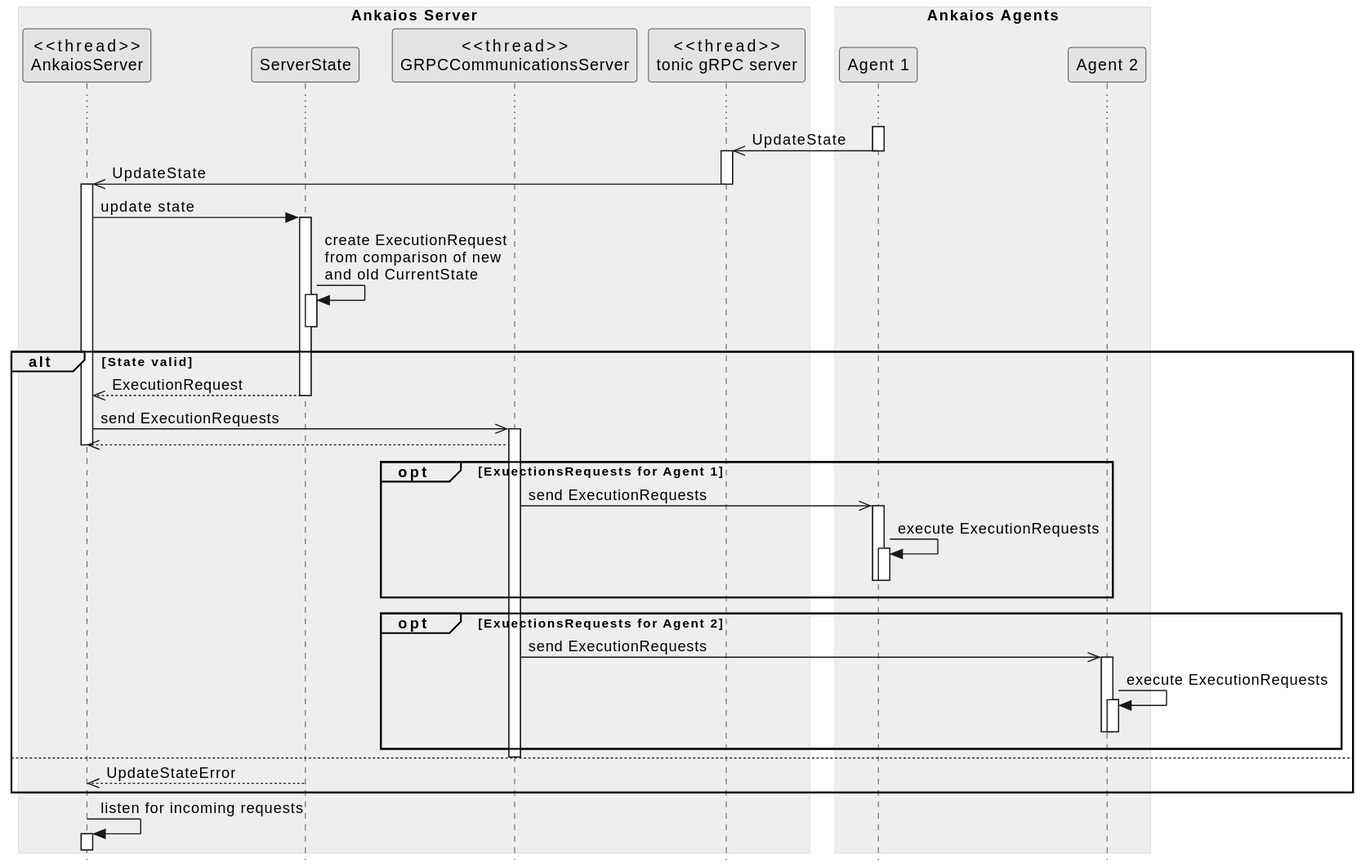
Earlier version of the PlantUML export server/doc/swdesign/plantuml/seq_update_state.svg (eclipse-ankaios/ankaios).
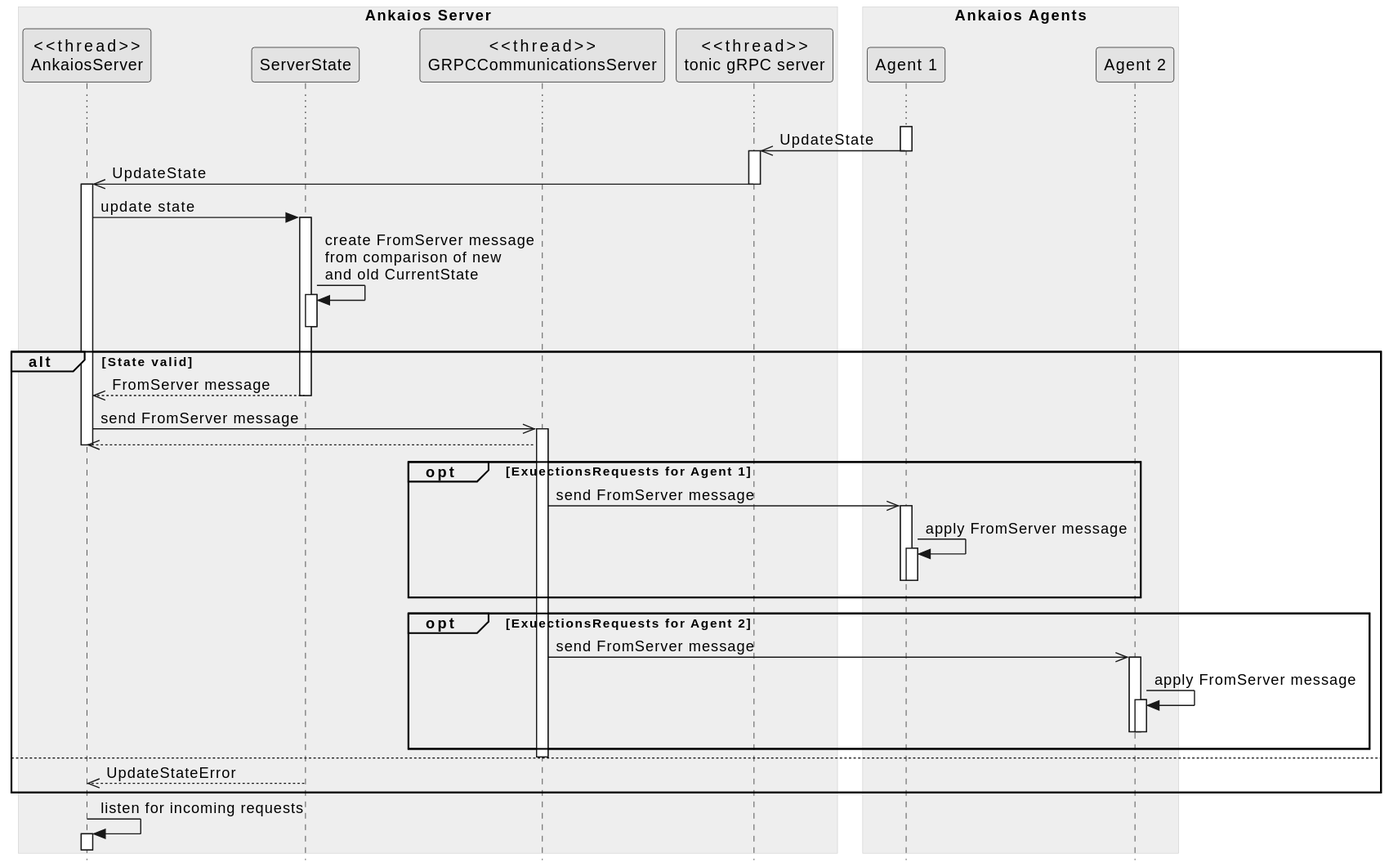
Above is the later version.

Diff of the diagram source:
```diff
@@ -19,20 +19,20 @@
 agent1 ->> tonic_server--++: UpdateState
 tonic_server ->> server--++: UpdateState
 server -> server_state++: update state
-server_state -> server_state++--: create ExecutionRequest\nfrom comparison of new\nand old CurrentState
+server_state -> server_state++--: create FromServer message\nfrom comparison of new\nand old CurrentState
 alt State valid
-server_state -->> server--: ExecutionRequest
-server ->> grpc_server++: send ExecutionRequests
+server_state -->> server--: FromServer message
+server ->> grpc_server++: send FromServer message
 grpc_server -->> server
 deactivate server
 opt ExuectionsRequests for Agent 1
-grpc_server ->> agent1++:send ExecutionRequests
-agent1 -> agent1++--: execute ExecutionRequests
+grpc_server ->> agent1++:send FromServer message
+agent1 -> agent1++--: apply FromServer message
 deactivate agent1
 end
 opt ExuectionsRequests for Agent 2
-grpc_server ->> agent2++:send ExecutionRequests
-agent2 -> agent2++--: execute ExecutionRequests
+grpc_server ->> agent2++:send FromServer message
+agent2 -> agent2++--: apply FromServer message
 deactivate agent2
 end
 deactivate grpc_server
```
